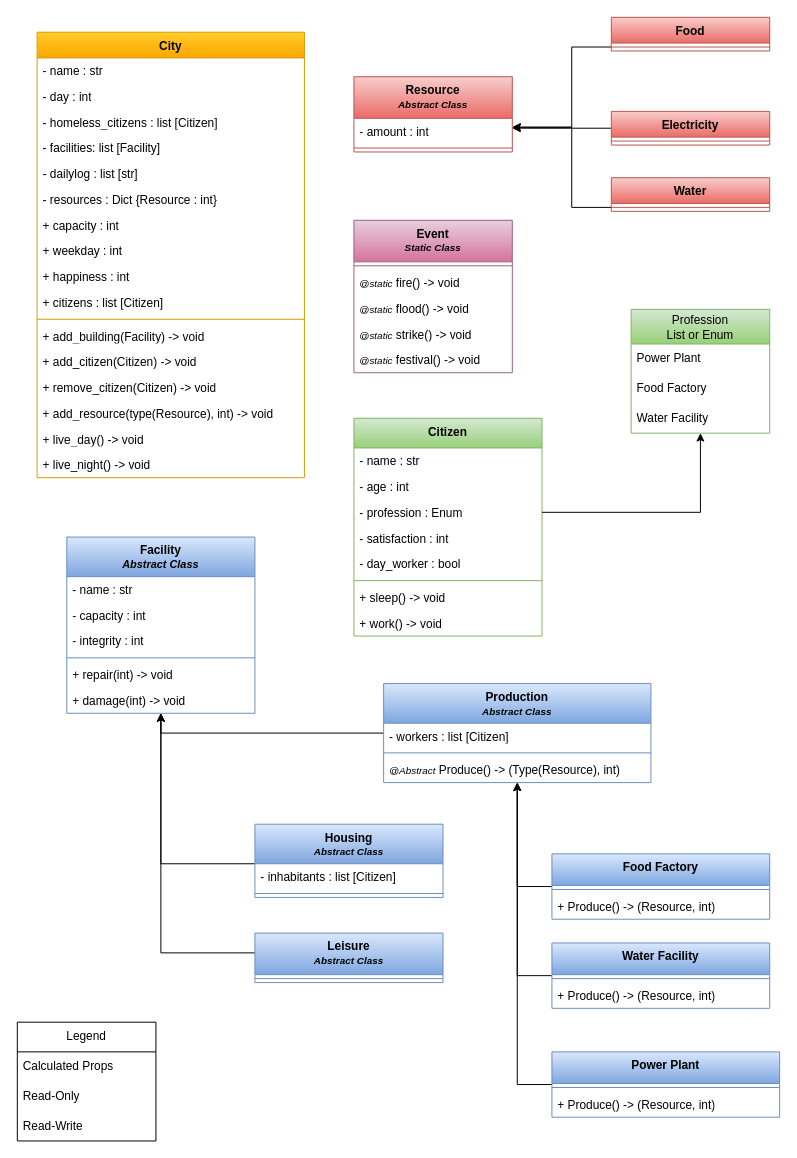
Before: page "UML" (1 of 2) of Resources/CitySim_UML.drawio in elena-if3/Projet_POO_CitySim, a draw.io diagram. Source tidied: cells renumbered, new cells numbered last; positions are measured from the earlier drawing's top-left corner, leaving out a move shared by most shapes. Both pictures are drawn from the tidied source at 99%, with x=0, y=0 at pixel (17, 17).
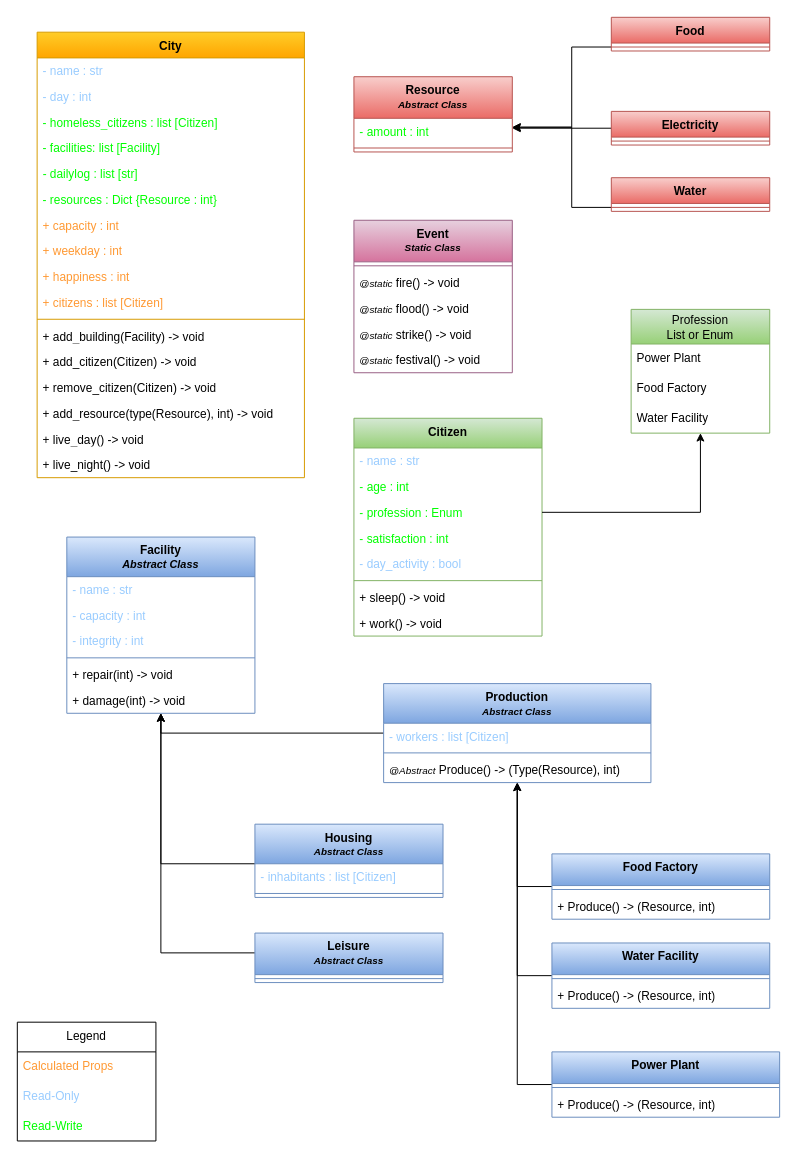
The same diagram, later.

The change refers to these unchanged cells:
```xml
<mxCell id="2" value="City" style="swimlane;fontStyle=1;align=center;verticalAlign=top;horizontal=1;startSize=26;whiteSpace=wrap;html=1;fillColor=#ffcd28;strokeColor=#d79b00;gradientColor=#ffa500;" parent="1" vertex="1">
  <mxGeometry x="20" y="15" width="270" height="450" as="geometry" />
</mxCell>
<mxCell id="21" value="&lt;div&gt;Facility&lt;/div&gt;&lt;div&gt;&lt;i&gt;&lt;font style=&quot;font-size: 11px;&quot;&gt;Abstract Class&lt;/font&gt;&lt;/i&gt;&lt;/div&gt;" style="swimlane;fontStyle=1;align=center;verticalAlign=top;horizontal=1;startSize=40;whiteSpace=wrap;html=1;fillColor=#dae8fc;strokeColor=#6c8ebf;gradientColor=#7ea6e0;" parent="1" vertex="1">
  <mxGeometry x="50" y="525" width="190" height="178" as="geometry" />
</mxCell>
<mxCell id="28" value="&lt;div&gt;Housing&lt;/div&gt;&lt;div&gt;&lt;i&gt;&lt;font style=&quot;font-size: 10px;&quot;&gt;Abstract Class&lt;/font&gt;&lt;/i&gt;&lt;/div&gt;" style="swimlane;fontStyle=1;align=center;verticalAlign=top;horizontal=1;startSize=40;whiteSpace=wrap;html=1;fillColor=#dae8fc;strokeColor=#6c8ebf;gradientColor=#7ea6e0;" parent="1" vertex="1">
  <mxGeometry x="240" y="815" width="190" height="74" as="geometry" />
</mxCell>
<mxCell id="32" value="&lt;div&gt;Production&lt;/div&gt;&lt;div&gt;&lt;i&gt;&lt;font style=&quot;font-size: 10px;&quot;&gt;Abstract Class&lt;/font&gt;&lt;/i&gt;&lt;/div&gt;" style="swimlane;fontStyle=1;align=center;verticalAlign=top;horizontal=1;startSize=40;whiteSpace=wrap;html=1;fillColor=#dae8fc;strokeColor=#6c8ebf;gradientColor=#7ea6e0;" parent="1" vertex="1">
  <mxGeometry x="370" y="673" width="270" height="100" as="geometry" />
</mxCell>
<mxCell id="36" value="Legend" style="swimlane;fontStyle=0;horizontal=1;startSize=30;whiteSpace=wrap;html=1;" parent="1" vertex="1">
  <mxGeometry y="1015" width="140" height="120" as="geometry" />
</mxCell>
<mxCell id="43" value="Citizen" style="swimlane;fontStyle=1;align=center;verticalAlign=top;horizontal=1;startSize=30;whiteSpace=wrap;html=1;fillColor=#d5e8d4;gradientColor=#97d077;strokeColor=#82b366;" parent="1" vertex="1">
  <mxGeometry x="340" y="405" width="190" height="220" as="geometry" />
</mxCell>
<mxCell id="57" value="&lt;div&gt;Resource&lt;/div&gt;&lt;div&gt;&lt;font style=&quot;font-size: 10px;&quot;&gt;&lt;i&gt;Abstract Class&lt;/i&gt;&lt;/font&gt;&lt;/div&gt;" style="swimlane;fontStyle=1;align=center;verticalAlign=top;horizontal=1;startSize=42;whiteSpace=wrap;html=1;fillColor=#f8cecc;gradientColor=#ea6b66;strokeColor=#b85450;" parent="1" vertex="1">
  <mxGeometry x="340" y="60" width="160" height="76" as="geometry" />
</mxCell>
```

What changed in the source:
```diff
@@
-    <mxCell id="3" value="- name : str" style="text;align=left;verticalAlign=top;spacingLeft=4;spacingRight=4;overflow=hidden;whiteSpace=wrap;html=1;fontColor=light-dark(#000000,#99CCFF);" parent="2" vertex="1">
+    <mxCell id="3" value="- name : str" style="text;align=left;verticalAlign=top;spacingLeft=4;spacingRight=4;overflow=hidden;whiteSpace=wrap;html=1;fontColor=light-dark(#99CCFF,#99CCFF);" parent="2" vertex="1">
       <mxGeometry y="26" width="270" height="26" as="geometry" />
     </mxCell>
-    <mxCell id="4" value="- day : int" style="text;align=left;verticalAlign=top;spacingLeft=4;spacingRight=4;overflow=hidden;whiteSpace=wrap;html=1;fontColor=light-dark(#000000,#99CCFF);" parent="2" vertex="1">
+    <mxCell id="4" value="- day : int" style="text;align=left;verticalAlign=top;spacingLeft=4;spacingRight=4;overflow=hidden;whiteSpace=wrap;html=1;fontColor=light-dark(#99CCFF,#99CCFF);" parent="2" vertex="1">
       <mxGeometry y="52" width="270" height="26" as="geometry" />
     </mxCell>
-    <mxCell id="5" value="- homeless_citizens : list [Citizen]" style="text;align=left;verticalAlign=top;spacingLeft=4;spacingRight=4;overflow=hidden;whiteSpace=wrap;html=1;fontColor=light-dark(#000000,#00FF00);" parent="2" vertex="1">
+    <mxCell id="5" value="- homeless_citizens : list [Citizen]" style="text;align=left;verticalAlign=top;spacingLeft=4;spacingRight=4;overflow=hidden;whiteSpace=wrap;html=1;fontColor=light-dark(#00FF00,#00FF00);" parent="2" vertex="1">
       <mxGeometry y="78" width="270" height="26" as="geometry" />
     </mxCell>
-    <mxCell id="6" value="- facilities: list [Facility]" style="text;align=left;verticalAlign=top;spacingLeft=4;spacingRight=4;overflow=hidden;whiteSpace=wrap;html=1;fontColor=light-dark(#000000,#00FF00);" parent="2" vertex="1">
+    <mxCell id="6" value="- facilities: list [Facility]" style="text;align=left;verticalAlign=top;spacingLeft=4;spacingRight=4;overflow=hidden;whiteSpace=wrap;html=1;fontColor=light-dark(#00FF00,#00FF00);" parent="2" vertex="1">
       <mxGeometry y="104" width="270" height="26" as="geometry" />
     </mxCell>
-    <mxCell id="7" value="&lt;i&gt;- &lt;/i&gt;dailylog : list [str]" style="text;align=left;verticalAlign=top;spacingLeft=4;spacingRight=4;overflow=hidden;whiteSpace=wrap;html=1;fontColor=light-dark(#000000,#00FF00);" parent="2" vertex="1">
+    <mxCell id="7" value="&lt;i&gt;- &lt;/i&gt;dailylog : list [str]" style="text;align=left;verticalAlign=top;spacingLeft=4;spacingRight=4;overflow=hidden;whiteSpace=wrap;html=1;fontColor=light-dark(#00FF00,#00FF00);" parent="2" vertex="1">
       <mxGeometry y="130" width="270" height="26" as="geometry" />
     </mxCell>
-    <mxCell id="8" value="- resources : Dict {Resource : int}" style="text;align=left;verticalAlign=top;spacingLeft=4;spacingRight=4;overflow=hidden;whiteSpace=wrap;html=1;fontColor=light-dark(#000000,#00FF00);" parent="2" vertex="1">
+    <mxCell id="8" value="- resources : Dict {Resource : int}" style="text;align=left;verticalAlign=top;spacingLeft=4;spacingRight=4;overflow=hidden;whiteSpace=wrap;html=1;fontColor=light-dark(#00FF00,#00FF00);" parent="2" vertex="1">
       <mxGeometry y="156" width="270" height="26" as="geometry" />
     </mxCell>
-    <mxCell id="9" value="+ capacity : int" style="text;align=left;verticalAlign=top;spacingLeft=4;spacingRight=4;overflow=hidden;whiteSpace=wrap;html=1;fontColor=light-dark(#000000,#FF9933);" parent="2" vertex="1">
+    <mxCell id="9" value="+ capacity : int" style="text;align=left;verticalAlign=top;spacingLeft=4;spacingRight=4;overflow=hidden;whiteSpace=wrap;html=1;fontColor=light-dark(#FF9933,#FF9933);" parent="2" vertex="1">
       <mxGeometry y="182" width="270" height="26" as="geometry" />
     </mxCell>
-    <mxCell id="10" value="+ weekday : int" style="text;align=left;verticalAlign=top;spacingLeft=4;spacingRight=4;overflow=hidden;whiteSpace=wrap;html=1;fontColor=light-dark(#000000,#FF9933);" parent="2" vertex="1">
+    <mxCell id="10" value="+ weekday : int" style="text;align=left;verticalAlign=top;spacingLeft=4;spacingRight=4;overflow=hidden;whiteSpace=wrap;html=1;fontColor=light-dark(#FF9933,#FF9933);" parent="2" vertex="1">
       <mxGeometry y="208" width="270" height="26" as="geometry" />
     </mxCell>
-    <mxCell id="11" value="+ happiness : int" style="text;align=left;verticalAlign=top;spacingLeft=4;spacingRight=4;overflow=hidden;whiteSpace=wrap;html=1;fontColor=light-dark(#000000,#FF9933);" parent="2" vertex="1">
+    <mxCell id="11" value="+ happiness : int" style="text;align=left;verticalAlign=top;spacingLeft=4;spacingRight=4;overflow=hidden;whiteSpace=wrap;html=1;fontColor=light-dark(#FF9933,#FF9933);" parent="2" vertex="1">
       <mxGeometry y="234" width="270" height="26" as="geometry" />
     </mxCell>
-    <mxCell id="12" value="+ citizens : list [Citizen]" style="text;align=left;verticalAlign=top;spacingLeft=4;spacingRight=4;overflow=hidden;whiteSpace=wrap;html=1;fontColor=light-dark(#000000,#FF9933);" parent="2" vertex="1">
+    <mxCell id="12" value="+ citizens : list [Citizen]" style="text;align=left;verticalAlign=top;spacingLeft=4;spacingRight=4;overflow=hidden;whiteSpace=wrap;html=1;fontColor=light-dark(#FF9933,#FF9933);" parent="2" vertex="1">
       <mxGeometry y="260" width="270" height="26" as="geometry" />
     </mxCell>
@@
-    <mxCell id="22" value="- name : str" style="text;strokeColor=none;fillColor=none;align=left;verticalAlign=top;spacingLeft=4;spacingRight=4;overflow=hidden;whiteSpace=wrap;html=1;fontColor=light-dark(#000000,#99CCFF);" parent="21" vertex="1">
+    <mxCell id="22" value="- name : str" style="text;strokeColor=none;fillColor=none;align=left;verticalAlign=top;spacingLeft=4;spacingRight=4;overflow=hidden;whiteSpace=wrap;html=1;fontColor=light-dark(#99CCFF,#99CCFF);" parent="21" vertex="1">
       <mxGeometry y="40" width="190" height="26" as="geometry" />
     </mxCell>
-    <mxCell id="23" value="- capacity : int" style="text;strokeColor=none;fillColor=none;align=left;verticalAlign=top;spacingLeft=4;spacingRight=4;overflow=hidden;whiteSpace=wrap;html=1;fontColor=light-dark(#000000,#99CCFF);" parent="21" vertex="1">
+    <mxCell id="23" value="- capacity : int" style="text;strokeColor=none;fillColor=none;align=left;verticalAlign=top;spacingLeft=4;spacingRight=4;overflow=hidden;whiteSpace=wrap;html=1;fontColor=light-dark(#99CCFF,#99CCFF);" parent="21" vertex="1">
       <mxGeometry y="66" width="190" height="26" as="geometry" />
     </mxCell>
-    <mxCell id="24" value="- integrity : int" style="text;strokeColor=none;fillColor=none;align=left;verticalAlign=top;spacingLeft=4;spacingRight=4;overflow=hidden;whiteSpace=wrap;html=1;fontColor=light-dark(#000000,#00FF00);" parent="21" vertex="1">
+    <mxCell id="24" value="- integrity : int" style="text;strokeColor=none;fillColor=none;align=left;verticalAlign=top;spacingLeft=4;spacingRight=4;overflow=hidden;whiteSpace=wrap;html=1;fontColor=light-dark(#99CCFF,#99CCFF);" parent="21" vertex="1">
       <mxGeometry y="92" width="190" height="26" as="geometry" />
     </mxCell>
@@
-    <mxCell id="29" value="- inhabitants : list [Citizen]" style="text;strokeColor=none;fillColor=none;align=left;verticalAlign=top;spacingLeft=4;spacingRight=4;overflow=hidden;whiteSpace=wrap;html=1;fontColor=light-dark(#000000,#00FF00);" parent="28" vertex="1">
+    <mxCell id="29" value="- inhabitants : list [Citizen]" style="text;strokeColor=none;fillColor=none;align=left;verticalAlign=top;spacingLeft=4;spacingRight=4;overflow=hidden;whiteSpace=wrap;html=1;fontColor=light-dark(#99CCFF,#99CCFF);" parent="28" vertex="1">
       <mxGeometry y="40" width="190" height="26" as="geometry" />
     </mxCell>
@@
-    <mxCell id="33" value="- workers : list [Citizen]" style="text;strokeColor=none;fillColor=none;align=left;verticalAlign=top;spacingLeft=4;spacingRight=4;overflow=hidden;whiteSpace=wrap;html=1;fontColor=light-dark(#000000,#00FF00);" parent="32" vertex="1">
+    <mxCell id="33" value="- workers : list [Citizen]" style="text;strokeColor=none;fillColor=none;align=left;verticalAlign=top;spacingLeft=4;spacingRight=4;overflow=hidden;whiteSpace=wrap;html=1;fontColor=light-dark(#99CCFF,#99CCFF);" parent="32" vertex="1">
       <mxGeometry y="40" width="270" height="26" as="geometry" />
     </mxCell>
@@
-    <mxCell id="37" value="Calculated Props" style="text;align=left;verticalAlign=middle;spacingLeft=4;spacingRight=4;overflow=hidden;whiteSpace=wrap;html=1;fontColor=light-dark(#000000,#FF9933);" parent="36" vertex="1">
+    <mxCell id="37" value="Calculated Props" style="text;align=left;verticalAlign=middle;spacingLeft=4;spacingRight=4;overflow=hidden;whiteSpace=wrap;html=1;fontColor=light-dark(#FF9933,#FF9933);" parent="36" vertex="1">
       <mxGeometry y="30" width="140" height="30" as="geometry" />
     </mxCell>
-    <mxCell id="38" value="Read-Only" style="text;align=left;verticalAlign=middle;spacingLeft=4;spacingRight=4;overflow=hidden;whiteSpace=wrap;html=1;fontColor=light-dark(#000000,#99CCFF);" parent="36" vertex="1">
+    <mxCell id="38" value="Read-Only" style="text;align=left;verticalAlign=middle;spacingLeft=4;spacingRight=4;overflow=hidden;whiteSpace=wrap;html=1;fontColor=light-dark(#99CCFF,#99CCFF);" parent="36" vertex="1">
       <mxGeometry y="60" width="140" height="30" as="geometry" />
     </mxCell>
-    <mxCell id="39" value="Read-Write" style="text;align=left;verticalAlign=middle;spacingLeft=4;spacingRight=4;overflow=hidden;whiteSpace=wrap;html=1;fontColor=light-dark(#000000,#00FF00);" parent="36" vertex="1">
+    <mxCell id="39" value="Read-Write" style="text;align=left;verticalAlign=middle;spacingLeft=4;spacingRight=4;overflow=hidden;whiteSpace=wrap;html=1;fontColor=light-dark(#00FF00,#00FF00);" parent="36" vertex="1">
       <mxGeometry y="90" width="140" height="30" as="geometry" />
     </mxCell>
@@
-    <mxCell id="44" value="&lt;span style=&quot;color: light-dark(rgb(0, 0, 0), rgb(153, 204, 255));&quot;&gt;- name : str&lt;/span&gt;" style="text;strokeColor=none;fillColor=none;align=left;verticalAlign=top;spacingLeft=4;spacingRight=4;overflow=hidden;whiteSpace=wrap;html=1;" parent="43" vertex="1">
+    <mxCell id="44" value="&lt;span style=&quot;&quot;&gt;- name : str&lt;/span&gt;" style="text;strokeColor=none;fillColor=none;align=left;verticalAlign=top;spacingLeft=4;spacingRight=4;overflow=hidden;whiteSpace=wrap;html=1;fontColor=light-dark(#99CCFF,#99CCFF);" parent="43" vertex="1">
       <mxGeometry y="30" width="190" height="26" as="geometry" />
     </mxCell>
-    <mxCell id="45" value="- age : int" style="text;strokeColor=none;fillColor=none;align=left;verticalAlign=top;spacingLeft=4;spacingRight=4;overflow=hidden;whiteSpace=wrap;html=1;fontColor=light-dark(#000000,#00FF00);" parent="43" vertex="1">
+    <mxCell id="45" value="- age : int" style="text;strokeColor=none;fillColor=none;align=left;verticalAlign=top;spacingLeft=4;spacingRight=4;overflow=hidden;whiteSpace=wrap;html=1;fontColor=light-dark(#00FF00,#00FF00);" parent="43" vertex="1">
       <mxGeometry y="56" width="190" height="26" as="geometry" />
     </mxCell>
-    <mxCell id="46" value="- profession : Enum" style="text;strokeColor=none;fillColor=none;align=left;verticalAlign=top;spacingLeft=4;spacingRight=4;overflow=hidden;points=[[0,0.5],[1,0.5]];portConstraint=eastwest;whiteSpace=wrap;html=1;fontColor=light-dark(#000000,#00FF00);" parent="43" vertex="1">
+    <mxCell id="46" value="- profession : Enum" style="text;strokeColor=none;fillColor=none;align=left;verticalAlign=top;spacingLeft=4;spacingRight=4;overflow=hidden;points=[[0,0.5],[1,0.5]];portConstraint=eastwest;whiteSpace=wrap;html=1;fontColor=light-dark(#00FF00,#00FF00);" parent="43" vertex="1">
       <mxGeometry y="82" width="190" height="26" as="geometry" />
     </mxCell>
-    <mxCell id="47" value="- satisfaction : int" style="text;strokeColor=none;fillColor=none;align=left;verticalAlign=top;spacingLeft=4;spacingRight=4;overflow=hidden;whiteSpace=wrap;html=1;fontColor=light-dark(#000000,#00FF00);" parent="43" vertex="1">
+    <mxCell id="47" value="- satisfaction : int" style="text;strokeColor=none;fillColor=none;align=left;verticalAlign=top;spacingLeft=4;spacingRight=4;overflow=hidden;whiteSpace=wrap;html=1;fontColor=light-dark(#00FF00,#00FF00);" parent="43" vertex="1">
       <mxGeometry y="108" width="190" height="26" as="geometry" />
     </mxCell>
-    <mxCell id="48" value="- day_worker : bool" style="text;strokeColor=none;fillColor=none;align=left;verticalAlign=top;spacingLeft=4;spacingRight=4;overflow=hidden;whiteSpace=wrap;html=1;fontColor=light-dark(#000000,#99CCFF);" parent="43" vertex="1">
+    <mxCell id="48" value="- day_activity : bool" style="text;strokeColor=none;fillColor=none;align=left;verticalAlign=top;spacingLeft=4;spacingRight=4;overflow=hidden;whiteSpace=wrap;html=1;fontColor=light-dark(#99CCFF,#99CCFF);" parent="43" vertex="1">
       <mxGeometry y="134" width="190" height="26" as="geometry" />
     </mxCell>
@@
-    <mxCell id="58" value="- amount : int" style="text;strokeColor=none;fillColor=none;align=left;verticalAlign=top;spacingLeft=4;spacingRight=4;overflow=hidden;whiteSpace=wrap;html=1;fontColor=light-dark(#000000,#00FF00);" parent="57" vertex="1">
+    <mxCell id="58" value="- amount : int" style="text;strokeColor=none;fillColor=none;align=left;verticalAlign=top;spacingLeft=4;spacingRight=4;overflow=hidden;whiteSpace=wrap;html=1;fontColor=light-dark(#00FF00,#00FF00);" parent="57" vertex="1">
       <mxGeometry y="42" width="160" height="26" as="geometry" />
     </mxCell>
```
